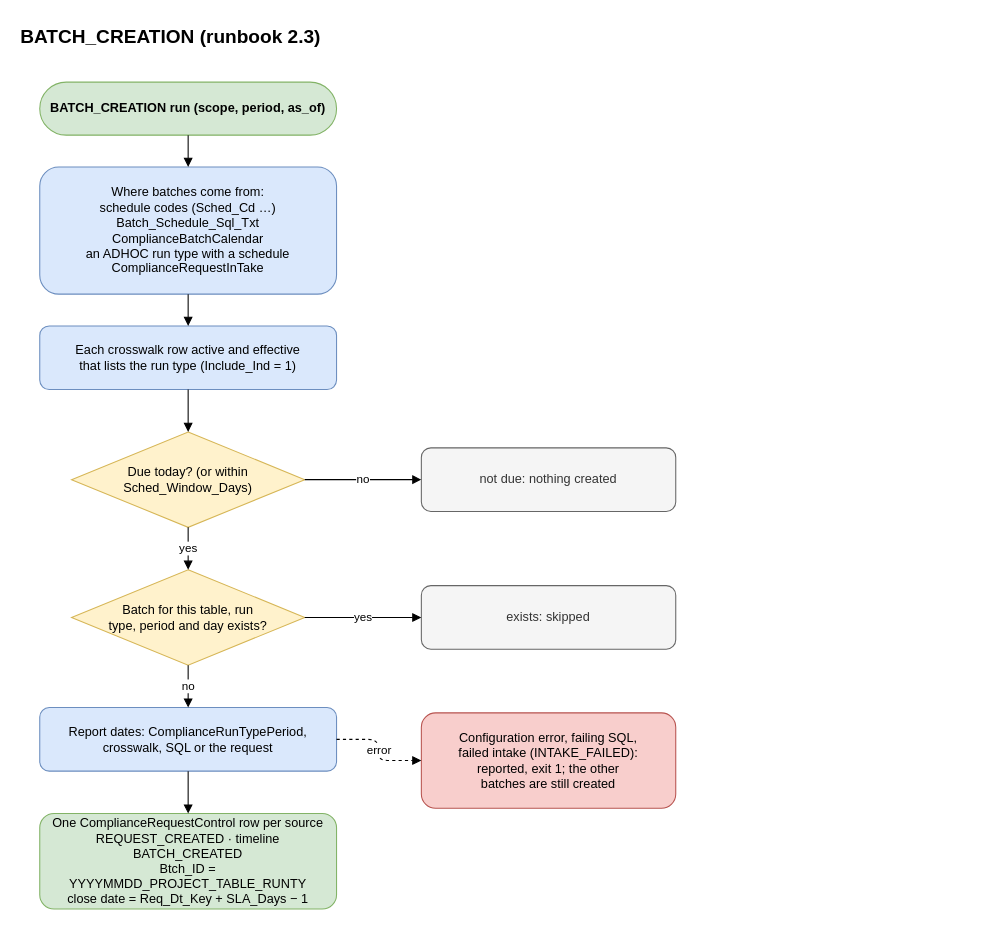
This is airflow_resources/docs/diagrams/pages/04_batch_creation.drawio from trinathgundavaram/framework, a draw.io file, before an edit. Source tidied: cells renumbered, new cells numbered last; positions are measured from the earlier drawing's top-left corner, leaving out a move shared by most shapes. Both pictures are drawn from the tidied source at 106%, with x=0, y=0 at pixel (18, 18).
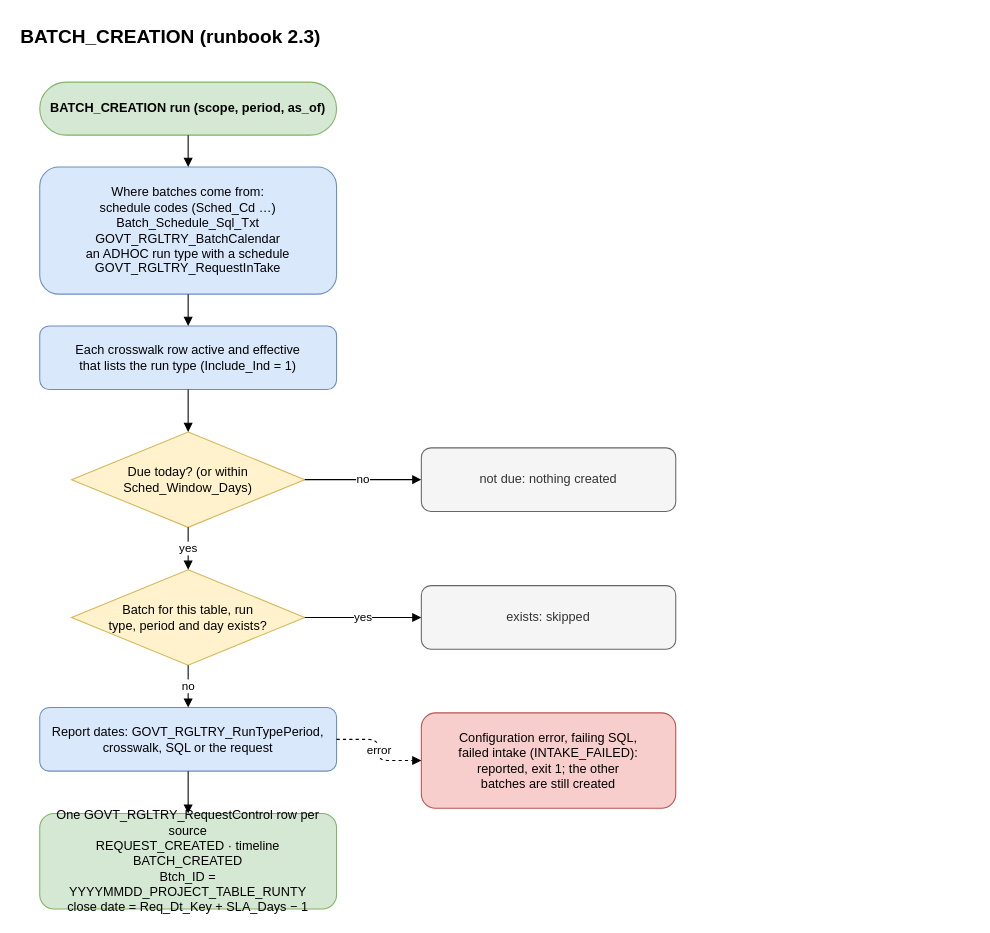
Above is the later version.

Change to the diagram source:
```diff
@@
-    <mxCell id="4" value="Where batches come from:&lt;br&gt;schedule codes (Sched_Cd …)&lt;br&gt;Batch_Schedule_Sql_Txt&lt;br&gt;ComplianceBatchCalendar&lt;br&gt;an ADHOC run type with a schedule&lt;br&gt;ComplianceRequestInTake" style="rounded=1;whiteSpace=wrap;html=1;fillColor=#dae8fc;strokeColor=#6c8ebf;" parent="1" vertex="1">
+    <mxCell id="4" value="Where batches come from:&lt;br&gt;schedule codes (Sched_Cd …)&lt;br&gt;Batch_Schedule_Sql_Txt&lt;br&gt;GOVT_RGLTRY_BatchCalendar&lt;br&gt;an ADHOC run type with a schedule&lt;br&gt;GOVT_RGLTRY_RequestInTake" style="rounded=1;whiteSpace=wrap;html=1;fillColor=#dae8fc;strokeColor=#6c8ebf;" parent="1" vertex="1">
       <mxGeometry x="20" y="140" width="280" height="120" as="geometry" />
     </mxCell>
@@
-    <mxCell id="10" value="Report dates: ComplianceRunTypePeriod,&lt;br&gt;crosswalk, SQL or the request" style="rounded=1;whiteSpace=wrap;html=1;fillColor=#dae8fc;strokeColor=#6c8ebf;" parent="1" vertex="1">
+    <mxCell id="10" value="Report dates: GOVT_RGLTRY_RunTypePeriod,&lt;br&gt;crosswalk, SQL or the request" style="rounded=1;whiteSpace=wrap;html=1;fillColor=#dae8fc;strokeColor=#6c8ebf;" parent="1" vertex="1">
       <mxGeometry x="20" y="650" width="280" height="60" as="geometry" />
     </mxCell>
-    <mxCell id="11" value="One ComplianceRequestControl row per source&lt;br&gt;REQUEST_CREATED · timeline BATCH_CREATED&lt;br&gt;Btch_ID = YYYYMMDD_PROJECT_TABLE_RUNTY&lt;br&gt;close date = Req_Dt_Key + SLA_Days − 1" style="rounded=1;whiteSpace=wrap;html=1;fillColor=#d5e8d4;strokeColor=#82b366;" parent="1" vertex="1">
+    <mxCell id="11" value="One GOVT_RGLTRY_RequestControl row per source&lt;br&gt;REQUEST_CREATED · timeline BATCH_CREATED&lt;br&gt;Btch_ID = YYYYMMDD_PROJECT_TABLE_RUNTY&lt;br&gt;close date = Req_Dt_Key + SLA_Days − 1" style="rounded=1;whiteSpace=wrap;html=1;fillColor=#d5e8d4;strokeColor=#82b366;" parent="1" vertex="1">
       <mxGeometry x="20" y="750" width="280" height="90" as="geometry" />
     </mxCell>
```
